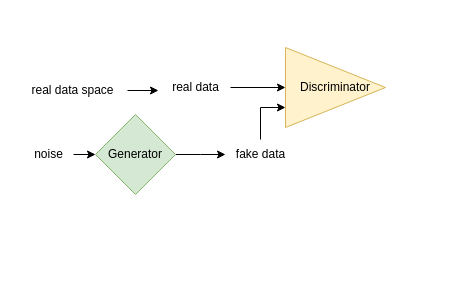
This is GANS-simple.drawio from huyle84/diagrams, a draw.io file, before an edit. Source tidied: cells renumbered, new cells numbered last; positions are measured from the earlier drawing's top-left corner, leaving out a move shared by most shapes. Both pictures are drawn from the tidied source at 100%, with x=0, y=0 at pixel (17, 47).
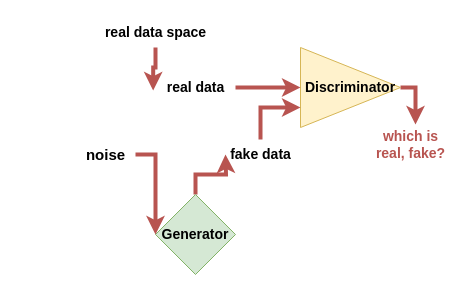
The same diagram, later.

Diff of the diagram source:
```diff
@@
+    <mxCell id="13" style="edgeStyle=orthogonalEdgeStyle;rounded=0;jettySize=auto;html=1;exitX=1;exitY=0.5;exitDx=0;exitDy=0;strokeWidth=4;strokeColor=#B85450;" parent="1" edge="1" source="2">
+      <mxGeometry relative="1" as="geometry">
+        <mxPoint x="398" y="77" as="targetPoint" />
+      </mxGeometry>
+    </mxCell>
-    <mxCell id="2" value="Discriminator" style="triangle;whiteSpace=wrap;html=1;fillColor=#fff2cc;strokeColor=#d6b656;" parent="1" vertex="1">
-      <mxGeometry x="268" width="100" height="80" as="geometry" />
+    <mxCell id="2" value="&lt;font style=&quot;font-size: 14px;&quot;&gt;&lt;b&gt;Discriminator&lt;/b&gt;&lt;/font&gt;" style="triangle;whiteSpace=wrap;html=1;fillColor=#fff2cc;strokeColor=#d6b656;" parent="1" vertex="1">
+      <mxGeometry x="283" width="100" height="80" as="geometry" />
     </mxCell>
-    <mxCell id="3" style="edgeStyle=orthogonalEdgeStyle;rounded=0;jettySize=auto;html=1;" parent="1" edge="1" source="4">
+    <mxCell id="3" style="edgeStyle=orthogonalEdgeStyle;rounded=0;jettySize=auto;html=1;strokeWidth=4;fillColor=#f8cecc;strokeColor=#b85450;" parent="1" edge="1" source="4">
       <mxGeometry relative="1" as="geometry">
         <mxPoint x="208" y="107" as="targetPoint" />
       </mxGeometry>
     </mxCell>
-    <mxCell id="4" value="Generator" style="rhombus;whiteSpace=wrap;html=1;fillColor=#d5e8d4;strokeColor=#82b366;" parent="1" vertex="1">
-      <mxGeometry x="78" y="67" width="80" height="80" as="geometry" />
+    <mxCell id="4" value="&lt;b&gt;&lt;font style=&quot;font-size: 14px;&quot;&gt;Generator&lt;/font&gt;&lt;/b&gt;" style="rhombus;whiteSpace=wrap;html=1;fillColor=#d5e8d4;strokeColor=#82b366;" parent="1" vertex="1">
+      <mxGeometry x="138" y="147" width="80" height="80" as="geometry" />
     </mxCell>
-    <mxCell id="5" style="edgeStyle=orthogonalEdgeStyle;rounded=0;jettySize=auto;html=1;entryX=0;entryY=0.5;entryDx=0;entryDy=0;" parent="1" edge="1" source="6" target="4">
-      <mxGeometry relative="1" as="geometry" />
+    <mxCell id="5" style="edgeStyle=orthogonalEdgeStyle;rounded=0;jettySize=auto;html=1;entryX=0;entryY=0.5;entryDx=0;entryDy=0;strokeWidth=4;fillColor=#f8cecc;strokeColor=#b85450;" parent="1" edge="1" source="6" target="4">
+      <mxGeometry relative="1" as="geometry">
+        <Array as="points">
+          <mxPoint x="68" y="107" />
+          <mxPoint x="68" y="107" />
+        </Array>
+      </mxGeometry>
     </mxCell>
-    <mxCell id="6" value="noise" style="text;html=1;align=center;verticalAlign=middle;points=[];strokeColor=none;fillColor=none;" parent="1" vertex="1">
-      <mxGeometry x="6" y="92" width="50" height="30" as="geometry" />
+    <mxCell id="6" value="&lt;font style=&quot;font-size: 15px;&quot;&gt;&lt;b&gt;noise&lt;/b&gt;&lt;/font&gt;" style="text;html=1;align=center;verticalAlign=middle;points=[];strokeColor=none;fillColor=none;" parent="1" vertex="1">
+      <mxGeometry x="58" y="92" width="60" height="30" as="geometry" />
     </mxCell>
-    <mxCell id="7" style="edgeStyle=orthogonalEdgeStyle;rounded=0;jettySize=auto;html=1;entryX=0;entryY=0.75;entryDx=0;entryDy=0;" parent="1" edge="1" source="8" target="2">
+    <mxCell id="7" style="edgeStyle=orthogonalEdgeStyle;rounded=0;jettySize=auto;html=1;entryX=0;entryY=0.75;entryDx=0;entryDy=0;strokeWidth=4;fillColor=#f8cecc;strokeColor=#b85450;" parent="1" edge="1" source="8" target="2">
       <mxGeometry relative="1" as="geometry">
         <Array as="points">
           <mxPoint x="243" y="60" />
         </Array>
       </mxGeometry>
     </mxCell>
-    <mxCell id="8" value="fake data" style="text;html=1;align=center;verticalAlign=middle;points=[];strokeColor=none;fillColor=none;" parent="1" vertex="1">
-      <mxGeometry x="208" y="92" width="70" height="30" as="geometry" />
+    <mxCell id="8" value="&lt;font style=&quot;font-size: 14px;&quot;&gt;&lt;b&gt;fake data&lt;/b&gt;&lt;/font&gt;" style="text;html=1;align=center;verticalAlign=middle;points=[];strokeColor=none;fillColor=none;" parent="1" vertex="1">
+      <mxGeometry x="203" y="92" width="80" height="30" as="geometry" />
     </mxCell>
-    <mxCell id="9" value="real data space" style="text;html=1;align=center;verticalAlign=middle;points=[];strokeColor=none;fillColor=none;" parent="1" vertex="1">
-      <mxGeometry y="28" width="110" height="30" as="geometry" />
+    <mxCell id="9" value="&lt;font style=&quot;font-size: 14px;&quot;&gt;&lt;b&gt;real data space&lt;/b&gt;&lt;/font&gt;" style="text;html=1;align=center;verticalAlign=middle;points=[];strokeColor=none;fillColor=none;" parent="1" vertex="1">
+      <mxGeometry x="78" y="-30" width="120" height="30" as="geometry" />
     </mxCell>
-    <mxCell id="10" style="edgeStyle=orthogonalEdgeStyle;rounded=0;jettySize=auto;html=1;entryX=0;entryY=0.5;entryDx=0;entryDy=0;" parent="1" edge="1" source="11" target="2">
+    <mxCell id="10" style="edgeStyle=orthogonalEdgeStyle;rounded=0;jettySize=auto;html=1;entryX=0;entryY=0.5;entryDx=0;entryDy=0;strokeWidth=4;fillColor=#f8cecc;strokeColor=#b85450;" parent="1" edge="1" source="11" target="2">
       <mxGeometry relative="1" as="geometry">
         <Array as="points">
-          <mxPoint x="268" y="40" />
-          <mxPoint x="268" y="41" />
+          <mxPoint x="238" y="40" />
+          <mxPoint x="238" y="40" />
         </Array>
       </mxGeometry>
     </mxCell>
-    <mxCell id="11" value="real data" style="text;html=1;align=center;verticalAlign=middle;points=[];strokeColor=none;fillColor=none;" parent="1" vertex="1">
-      <mxGeometry x="143" y="25" width="70" height="30" as="geometry" />
+    <mxCell id="11" value="&lt;font style=&quot;font-size: 14px;&quot;&gt;&lt;b&gt;real data&lt;/b&gt;&lt;/font&gt;" style="text;html=1;align=center;verticalAlign=middle;points=[];strokeColor=none;fillColor=none;" parent="1" vertex="1">
+      <mxGeometry x="138" y="25" width="80" height="30" as="geometry" />
     </mxCell>
-    <mxCell id="12" style="edgeStyle=orthogonalEdgeStyle;rounded=0;jettySize=auto;html=1;entryX=-0.029;entryY=0.6;entryDx=0;entryDy=0;entryPerimeter=0;" parent="1" edge="1" source="9" target="11">
+    <mxCell id="12" style="edgeStyle=orthogonalEdgeStyle;rounded=0;jettySize=auto;html=1;entryX=-0.029;entryY=0.6;entryDx=0;entryDy=0;entryPerimeter=0;strokeWidth=4;fillColor=#f8cecc;strokeColor=#b85450;" parent="1" edge="1" source="9" target="11">
       <mxGeometry relative="1" as="geometry" />
     </mxCell>
+    <mxCell id="14" value="&lt;font color=&quot;#b85450&quot; style=&quot;font-size: 14px;&quot;&gt;&lt;b&gt;which is &lt;br&gt;real, fake?&lt;/b&gt;&lt;/font&gt;" style="text;html=1;align=center;verticalAlign=middle;strokeColor=none;fillColor=none;" parent="1" vertex="1">
+      <mxGeometry x="348" y="72" width="90" height="50" as="geometry" />
+    </mxCell>
```
